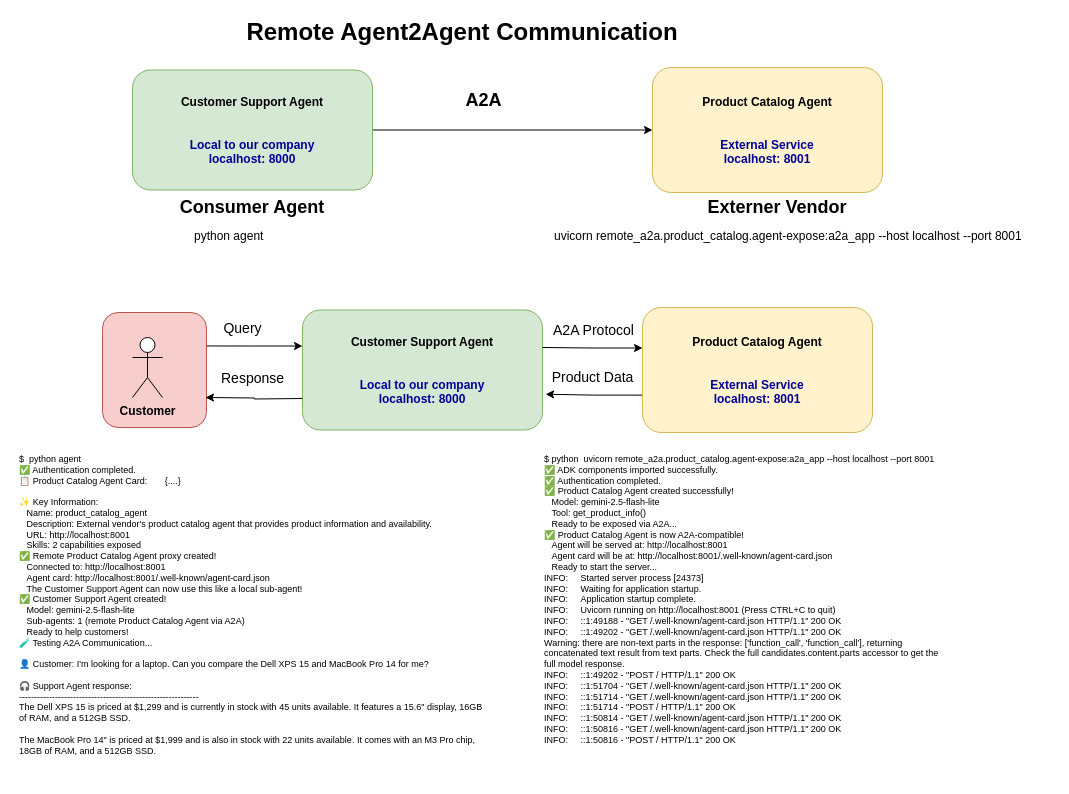
The draw.io diagram 15-day5-agent2agent/images/Remote-Agent2Agent.drawio in arocks-ai/ai-agents, before the edit. Source tidied: cells renumbered, new cells numbered last; positions are measured from the earlier drawing's top-left corner, leaving out a move shared by most shapes. Both pictures are drawn from the tidied source at 100%, with x=0, y=0 at pixel (17, 17).
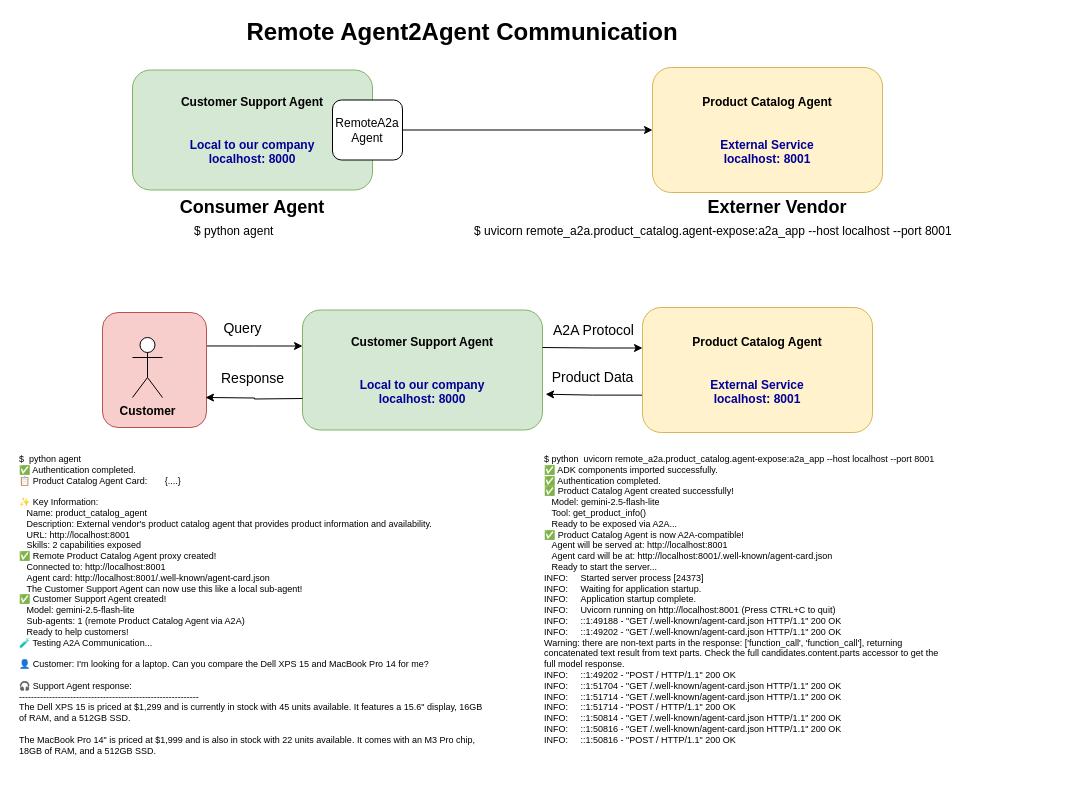
After the change.

Unchanged cells that the change refers to:
```xml
<mxCell id="4" value="&lt;b&gt;Customer Support Agent&lt;br&gt;&lt;font style=&quot;color: light-dark(rgb(0, 0, 153), rgb(37, 102, 168));&quot;&gt;&lt;br&gt;&lt;br&gt;&lt;font style=&quot;&quot;&gt;Local to our&amp;nbsp;company&lt;br&gt;localhost: 8000&lt;/font&gt;&lt;/font&gt;&lt;/b&gt;" style="rounded=1;whiteSpace=wrap;html=1;fillColor=#d5e8d4;strokeColor=#82b366;" parent="1" vertex="1">
  <mxGeometry x="115" y="52.5" width="240" height="120" as="geometry" />
</mxCell>
<mxCell id="5" value="&lt;b&gt;Product Catalog Agent&lt;br&gt;&lt;br&gt;&lt;br&gt;&lt;font style=&quot;color: rgb(0, 0, 153);&quot;&gt;External Service&lt;br&gt;localhost: 8001&lt;/font&gt;&lt;/b&gt;" style="whiteSpace=wrap;html=1;rounded=1;align=center;fillColor=#fff2cc;strokeColor=#d6b656;" parent="1" vertex="1">
  <mxGeometry x="635" y="50" width="230" height="125" as="geometry" />
</mxCell>
```

Diff of the diagram source:
```diff
@@
-    <mxCell id="2" style="edgeStyle=orthogonalEdgeStyle;rounded=0;jettySize=auto;html=1;" parent="1" edge="1" source="4" target="5">
+    <mxCell id="2" style="edgeStyle=orthogonalEdgeStyle;rounded=0;jettySize=auto;html=1;" parent="1" edge="1" source="25" target="5">
       <mxGeometry relative="1" as="geometry" />
     </mxCell>
-    <mxCell id="3" value="&lt;font style=&quot;font-size: 18px;&quot;&gt;A2A&lt;/font&gt;" style="edgeLabel;html=1;align=center;verticalAlign=middle;fontStyle=1;" parent="2" vertex="1">
-      <mxGeometry x="-0.24" y="6" relative="1" as="geometry">
-        <mxPoint x="4" y="-24" as="offset" />
-      </mxGeometry>
-    </mxCell>
@@
-    <mxCell id="9" value="uvicorn remote_a2a.product_catalog.agent-expose:a2a_app --host localhost --port 8001" style="text;whiteSpace=wrap;html=1;" parent="1" vertex="1">
-      <mxGeometry x="535" y="205" width="500" height="40" as="geometry" />
+    <mxCell id="9" value="$ uvicorn remote_a2a.product_catalog.agent-expose:a2a_app --host localhost --port 8001" style="text;whiteSpace=wrap;html=1;" parent="1" vertex="1">
+      <mxGeometry x="455" y="200" width="500" height="25" as="geometry" />
     </mxCell>
@@
-    <mxCell id="22" value="python agent" style="text;whiteSpace=wrap;html=1;" parent="1" vertex="1">
-      <mxGeometry x="175" y="205" width="130" height="17.5" as="geometry" />
+    <mxCell id="22" value="$ python agent" style="text;whiteSpace=wrap;html=1;align=left;" parent="1" vertex="1">
+      <mxGeometry x="175" y="200" width="120" height="25" as="geometry" />
     </mxCell>
@@
+    <mxCell id="25" value="RemoteA2a&lt;div&gt;Agent&lt;/div&gt;" style="rounded=1;whiteSpace=wrap;html=1;" parent="1" vertex="1">
+      <mxGeometry x="315" y="82.5" width="70" height="60" as="geometry" />
+    </mxCell>
```
